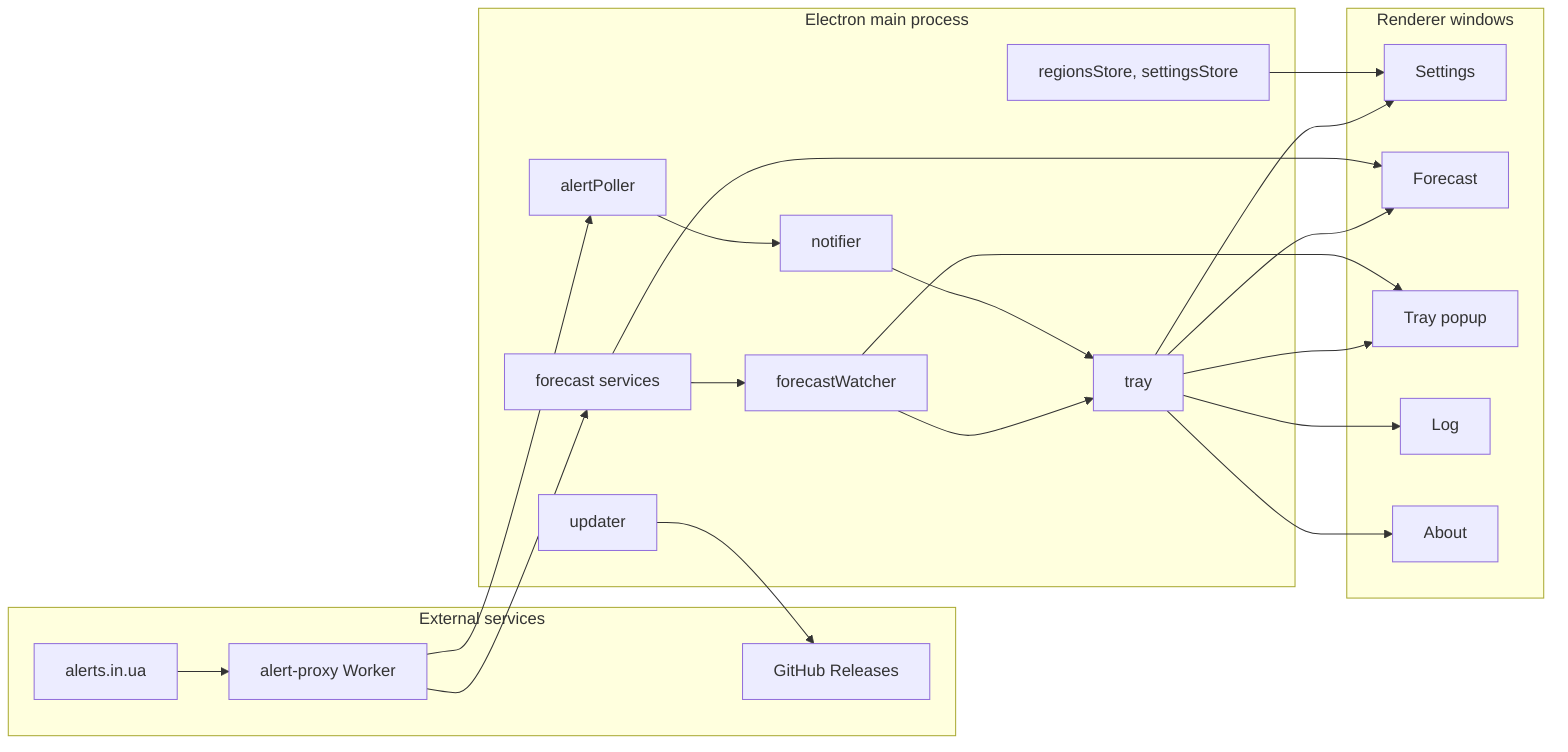
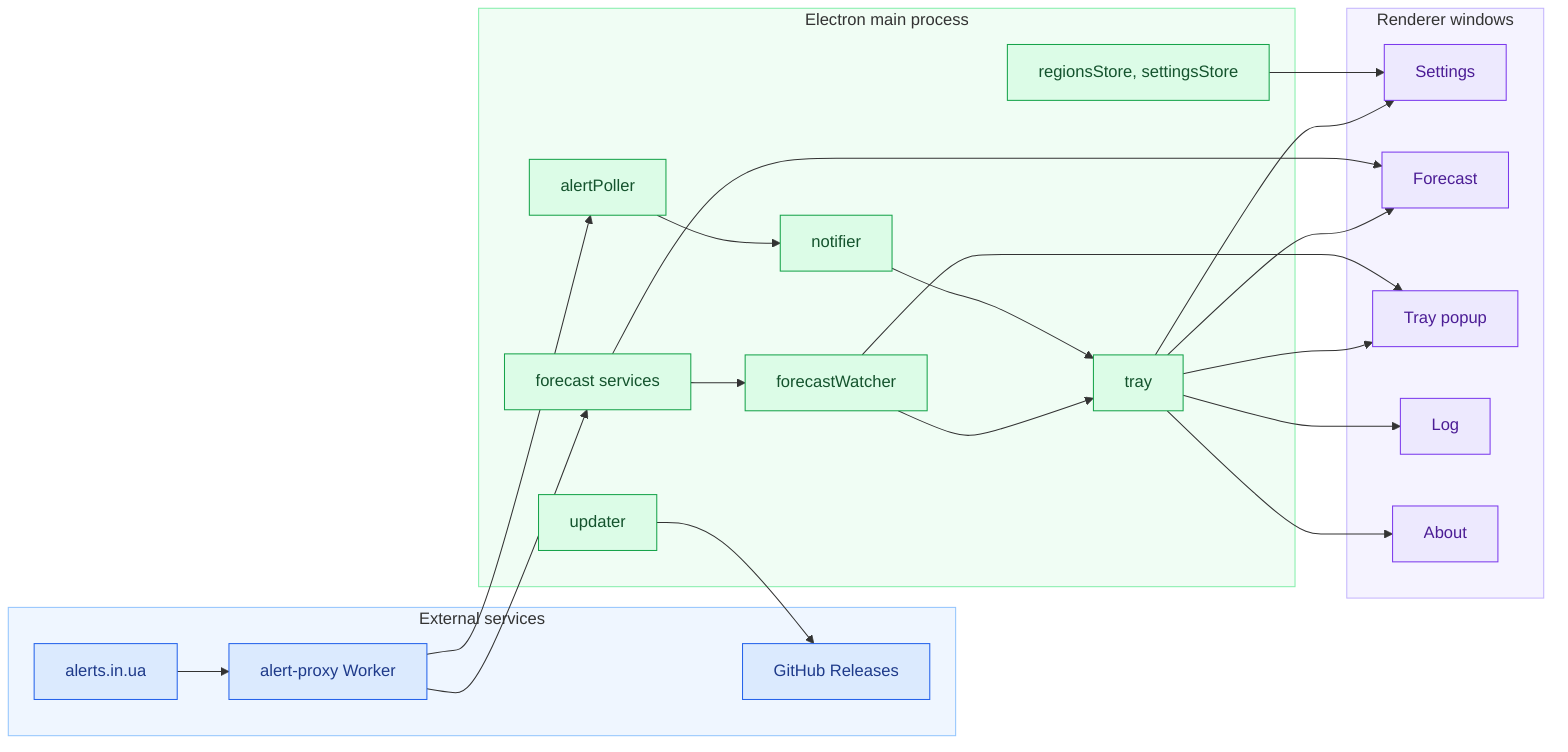
flowchart LR
-     subgraph External services
+     subgraph ext[External services]
        api[alerts.in.ua]
        proxy[alert-proxy Worker]
        gh[GitHub Releases]
    end

-     subgraph Electron main process
+     subgraph main[Electron main process]
        poller[alertPoller]
        notifier[notifier]
        forecast[forecast services]
        watcher[forecastWatcher]
        tray[tray]
        stores[regionsStore, settingsStore]
        updater[updater]
    end

-     subgraph Renderer windows
+     subgraph win[Renderer windows]
        settingsWin[Settings]
        forecastWin[Forecast]
        popup[Tray popup]
        logWin[Log]
        aboutWin[About]
    end

    api --> proxy
    proxy --> poller
    proxy --> forecast

    poller --> notifier
    notifier --> tray

    forecast --> watcher
    watcher --> tray
    watcher --> popup

    stores --> settingsWin
    forecast --> forecastWin

    tray --> settingsWin
    tray --> forecastWin
    tray --> logWin
    tray --> aboutWin
    tray --> popup

    updater --> gh
+ 
+     classDef extNode fill:#dbeafe,stroke:#2563eb,color:#1e3a8a
+     classDef mainNode fill:#dcfce7,stroke:#16a34a,color:#14532d
+     classDef winNode fill:#ede9fe,stroke:#7c3aed,color:#4c1d95
+ 
+     class api,proxy,gh extNode
+     class poller,notifier,forecast,watcher,tray,stores,updater mainNode
+     class settingsWin,forecastWin,popup,logWin,aboutWin winNode
+ 
+     style ext fill:#eff6ff,stroke:#93c5fd
+     style main fill:#f0fdf4,stroke:#86efac
+     style win fill:#f5f3ff,stroke:#c4b5fd
